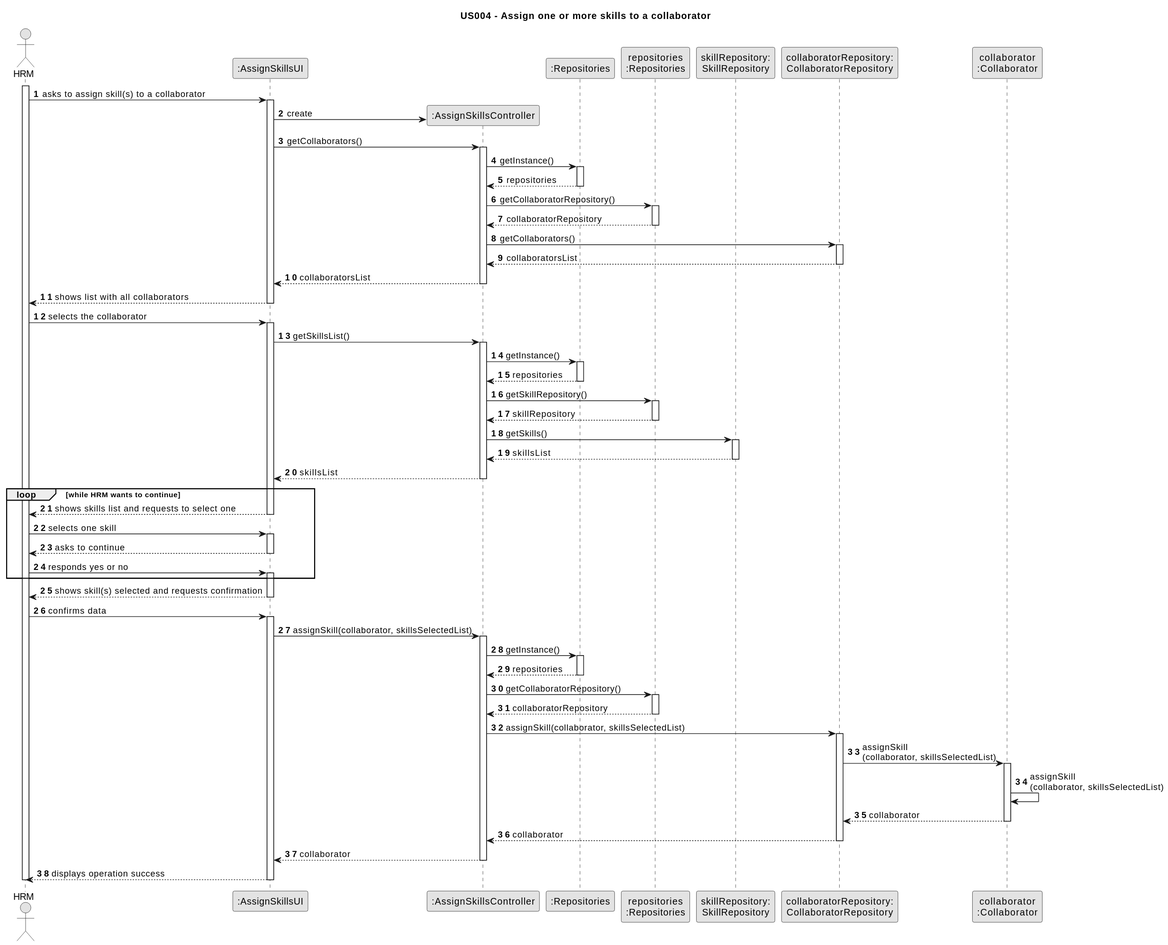
The PlantUML diagram docs/sprintB/us004/03.design/svg/us004-sequence-diagram-full.svg in Departamento-de-Engenharia-Informatica/lei-24-s2-1dm-g132, before a commit.
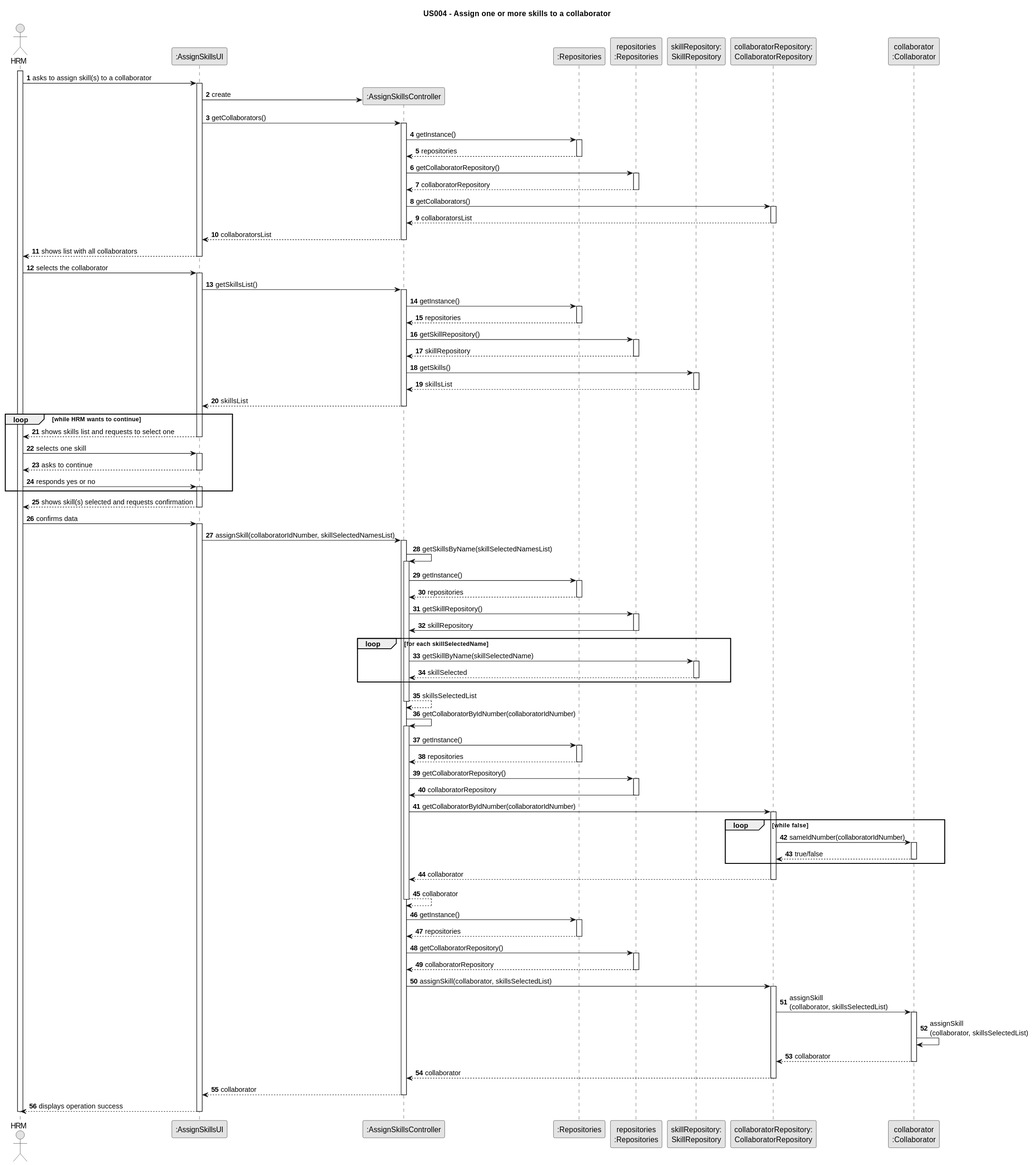
Later version of the same file.

Commit message:
US004 sequence diagram minor update

Change to the diagram source:
```diff
@@ -85,6 +85,7 @@
     activate UI
 
     UI --> Employee : asks to continue
+
     deactivate UI
 
     Employee -> UI : responds yes or no
@@ -98,8 +99,68 @@
     Employee -> UI : confirms data
     activate UI
 
-    UI -> CTRL : assignSkill(collaborator, skillsSelectedList)
+    UI -> CTRL : assignSkill(collaboratorIdNumber, skillSelectedNamesList)
     activate CTRL
+
+    CTRL -> CTRL : getSkillsByName(skillSelectedNamesList)
+                activate CTRL
+
+                    CTRL -> RepositorySingleton : getInstance()
+                    activate RepositorySingleton
+
+                        RepositorySingleton --> CTRL: repositories
+                    deactivate RepositorySingleton
+
+                    CTRL -> PLAT : getSkillRepository()
+                    activate PLAT
+
+                        PLAT -> CTRL : skillRepository
+                    deactivate PLAT
+            loop for each skillSelectedName
+
+                    CTRL -> SkillRepository : getSkillByName(skillSelectedName)
+                    activate SkillRepository
+
+                        SkillRepository --> CTRL : skillSelected
+                    deactivate SkillRepository
+
+            end loop
+
+                        CTRL --> CTRL : skillsSelectedList
+                deactivate CTRL
+
+        CTRL -> CTRL : getCollaboratorByIdNumber(collaboratorIdNumber)
+                    activate CTRL
+
+                        CTRL -> RepositorySingleton : getInstance()
+                        activate RepositorySingleton
+
+                            RepositorySingleton --> CTRL: repositories
+                        deactivate RepositorySingleton
+
+                        CTRL -> PLAT : getCollaboratorRepository()
+                        activate PLAT
+
+                            PLAT -> CTRL : collaboratorRepository
+                        deactivate PLAT
+
+                        CTRL -> CollaboratorRepository : getCollaboratorByIdNumber(collaboratorIdNumber)
+                        activate CollaboratorRepository
+
+                        loop while false
+
+                            CollaboratorRepository -> Collaborator : sameIdNumber(collaboratorIdNumber)
+                            activate Collaborator
+
+                                Collaborator --> CollaboratorRepository : true/false
+                                deactivate Collaborator
+
+                        end loop
+
+                            CollaboratorRepository --> CTRL : collaborator
+                        deactivate CollaboratorRepository
+                            CTRL --> CTRL : collaborator
+                    deactivate CTRL
 
                 CTRL -> RepositorySingleton : getInstance()
                 activate RepositorySingleton
```
